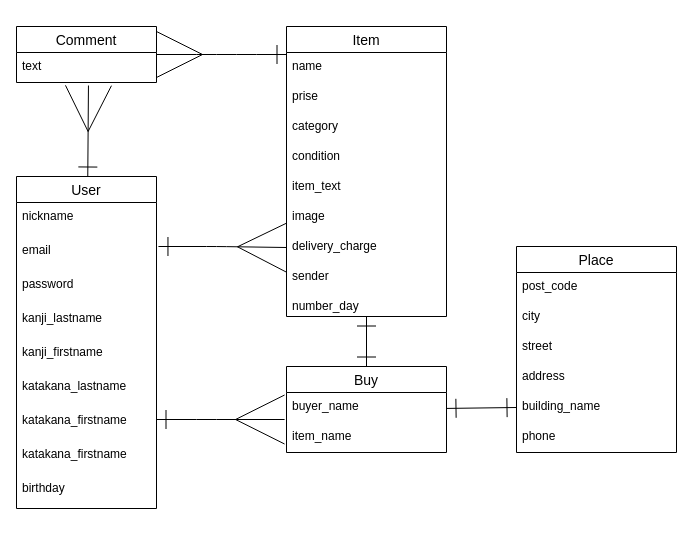
Above: data.dio in shimitar/furima-38471 (draw.io), before the change. Source tidied: cells renumbered, new cells numbered last; positions are measured from the earlier drawing's top-left corner, leaving out a move shared by most shapes. Both pictures are drawn from the tidied source at 100%, with x=0, y=0 at pixel (16, 26).
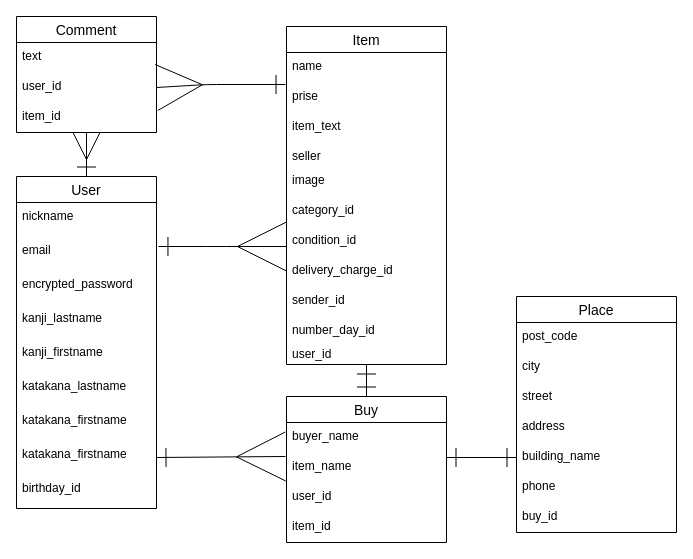
The same diagram, later.

Unchanged cells that the change refers to:
```xml
<mxCell id="3" value="User" style="swimlane;fontStyle=0;horizontal=1;startSize=26;align=center;fontSize=14;" parent="1" vertex="1">
  <mxGeometry y="150" width="140" height="332" as="geometry" />
</mxCell>
<mxCell id="5" value="email" style="text;strokeColor=none;fillColor=none;spacingLeft=4;spacingRight=4;overflow=hidden;points=[[0,0.5],[1,0.5]];portConstraint=eastwest;fontSize=12;" parent="3" vertex="1">
  <mxGeometry y="60" width="140" height="34" as="geometry" />
</mxCell>
<mxCell id="11" value="katakana_firstname" style="text;strokeColor=none;fillColor=none;spacingLeft=4;spacingRight=4;overflow=hidden;points=[[0,0.5],[1,0.5]];portConstraint=eastwest;fontSize=12;" parent="3" vertex="1">
  <mxGeometry y="264" width="140" height="34" as="geometry" />
</mxCell>
<mxCell id="16" value="name" style="text;strokeColor=none;fillColor=none;spacingLeft=4;spacingRight=4;overflow=hidden;points=[[0,0.5],[1,0.5]];portConstraint=eastwest;fontSize=12;" parent="15" vertex="1">
  <mxGeometry y="26" width="160" height="30" as="geometry" />
</mxCell>
<mxCell id="17" value="prise" style="text;strokeColor=none;fillColor=none;spacingLeft=4;spacingRight=4;overflow=hidden;points=[[0,0.5],[1,0.5]];portConstraint=eastwest;fontSize=12;" parent="15" vertex="1">
  <mxGeometry y="56" width="160" height="30" as="geometry" />
</mxCell>
<mxCell id="27" value="buyer_name" style="text;strokeColor=none;fillColor=none;spacingLeft=4;spacingRight=4;overflow=hidden;points=[[0,0.5],[1,0.5]];portConstraint=eastwest;fontSize=12;" parent="26" vertex="1">
  <mxGeometry y="26" width="160" height="30" as="geometry" />
</mxCell>
<mxCell id="34" value="building_name" style="text;strokeColor=none;fillColor=none;spacingLeft=4;spacingRight=4;overflow=hidden;points=[[0,0.5],[1,0.5]];portConstraint=eastwest;fontSize=12;" parent="29" vertex="1">
  <mxGeometry y="146" width="160" height="30" as="geometry" />
</mxCell>
```

Diff of the diagram source:
```diff
@@
-    <mxCell id="2" style="edgeStyle=none;html=1;entryX=0.514;entryY=1.1;entryDx=0;entryDy=0;entryPerimeter=0;startArrow=ERone;startFill=0;endArrow=ERmany;endFill=0;startSize=17;endSize=44;strokeColor=default;" parent="1" edge="1" source="3" target="38">
+    <mxCell id="2" style="edgeStyle=none;html=1;startArrow=ERone;startFill=0;endArrow=ERmany;endFill=0;startSize=17;endSize=25;strokeColor=default;" parent="1" edge="1" source="3" target="38">
       <mxGeometry relative="1" as="geometry" />
     </mxCell>
@@
-    <mxCell id="6" value="password" style="text;strokeColor=none;fillColor=none;spacingLeft=4;spacingRight=4;overflow=hidden;fontSize=12;" parent="3" vertex="1">
+    <mxCell id="6" value="encrypted_password" style="text;strokeColor=none;fillColor=none;spacingLeft=4;spacingRight=4;overflow=hidden;fontSize=12;" parent="3" vertex="1">
       <mxGeometry y="94" width="140" height="34" as="geometry" />
     </mxCell>
@@
-    <mxCell id="12" value="birthday" style="text;strokeColor=none;fillColor=none;spacingLeft=4;spacingRight=4;overflow=hidden;fontSize=12;" parent="3" vertex="1">
+    <mxCell id="12" value="birthday_id" style="text;strokeColor=none;fillColor=none;spacingLeft=4;spacingRight=4;overflow=hidden;fontSize=12;" parent="3" vertex="1">
       <mxGeometry y="298" width="140" height="34" as="geometry" />
     </mxCell>
-    <mxCell id="13" style="edgeStyle=none;html=1;entryX=1;entryY=0.5;entryDx=0;entryDy=0;startArrow=ERone;startFill=0;endArrow=ERmany;endFill=0;startSize=17;endSize=44;strokeColor=default;exitX=0;exitY=0.067;exitDx=0;exitDy=0;exitPerimeter=0;" parent="1" edge="1" source="16" target="37">
+    <mxCell id="13" style="edgeStyle=none;html=1;entryX=1;entryY=0.5;entryDx=0;entryDy=0;startArrow=ERone;startFill=0;endArrow=ERmany;endFill=0;startSize=17;endSize=44;strokeColor=default;exitX=-0.006;exitY=0.067;exitDx=0;exitDy=0;exitPerimeter=0;" parent="1" edge="1" source="17" target="46">
       <mxGeometry relative="1" as="geometry">
         <Array as="points">
-          <mxPoint x="230" y="28" />
-          <mxPoint x="190" y="28" />
+          <mxPoint x="190" y="58" />
         </Array>
       </mxGeometry>
     </mxCell>
@@
     <mxCell id="15" value="Item" style="swimlane;fontStyle=0;horizontal=1;startSize=26;align=center;fontSize=14;" parent="1" vertex="1">
-      <mxGeometry x="270" width="160" height="290" as="geometry" />
+      <mxGeometry x="270" width="160" height="338" as="geometry" />
     </mxCell>
@@
+    <mxCell id="20" value="item_text" style="text;strokeColor=none;fillColor=none;spacingLeft=4;spacingRight=4;overflow=hidden;fontSize=12;" parent="15" vertex="1">
+      <mxGeometry y="86" width="160" height="30" as="geometry" />
+    </mxCell>
+    <mxCell id="24" value="seller" style="text;strokeColor=none;fillColor=none;spacingLeft=4;spacingRight=4;overflow=hidden;fontSize=12;" parent="15" vertex="1">
+      <mxGeometry y="116" width="160" height="24" as="geometry" />
+    </mxCell>
+    <mxCell id="21" value="image" style="text;strokeColor=none;fillColor=none;spacingLeft=4;spacingRight=4;overflow=hidden;fontSize=12;" parent="15" vertex="1">
+      <mxGeometry y="140" width="160" height="30" as="geometry" />
+    </mxCell>
-    <mxCell id="18" value="category" style="text;strokeColor=none;fillColor=none;spacingLeft=4;spacingRight=4;overflow=hidden;fontSize=12;" parent="15" vertex="1">
-      <mxGeometry y="86" width="160" height="30" as="geometry" />
+    <mxCell id="18" value="category_id" style="text;strokeColor=none;fillColor=none;spacingLeft=4;spacingRight=4;overflow=hidden;fontSize=12;" parent="15" vertex="1">
+      <mxGeometry y="170" width="160" height="30" as="geometry" />
     </mxCell>
-    <mxCell id="19" value="condition" style="text;strokeColor=none;fillColor=none;spacingLeft=4;spacingRight=4;overflow=hidden;fontSize=12;" parent="15" vertex="1">
-      <mxGeometry y="116" width="160" height="30" as="geometry" />
+    <mxCell id="19" value="condition_id" style="text;strokeColor=none;fillColor=none;spacingLeft=4;spacingRight=4;overflow=hidden;fontSize=12;" parent="15" vertex="1">
+      <mxGeometry y="200" width="160" height="30" as="geometry" />
     </mxCell>
-    <mxCell id="20" value="item_text" style="text;strokeColor=none;fillColor=none;spacingLeft=4;spacingRight=4;overflow=hidden;fontSize=12;" parent="15" vertex="1">
-      <mxGeometry y="146" width="160" height="30" as="geometry" />
-    </mxCell>
-    <mxCell id="21" value="image" style="text;strokeColor=none;fillColor=none;spacingLeft=4;spacingRight=4;overflow=hidden;fontSize=12;" parent="15" vertex="1">
-      <mxGeometry y="176" width="160" height="30" as="geometry" />
-    </mxCell>
-    <mxCell id="22" value="delivery_charge" style="text;strokeColor=none;fillColor=none;spacingLeft=4;spacingRight=4;overflow=hidden;points=[[0,0.5],[1,0.5]];portConstraint=eastwest;fontSize=12;" parent="15" vertex="1">
-      <mxGeometry y="206" width="160" height="30" as="geometry" />
+    <mxCell id="22" value="delivery_charge_id" style="text;strokeColor=none;fillColor=none;spacingLeft=4;spacingRight=4;overflow=hidden;points=[[0,0.5],[1,0.5]];portConstraint=eastwest;fontSize=12;" parent="15" vertex="1">
+      <mxGeometry y="230" width="160" height="30" as="geometry" />
     </mxCell>
-    <mxCell id="23" value="sender" style="text;strokeColor=none;fillColor=none;spacingLeft=4;spacingRight=4;overflow=hidden;fontSize=12;" parent="15" vertex="1">
-      <mxGeometry y="236" width="160" height="30" as="geometry" />
+    <mxCell id="23" value="sender_id" style="text;strokeColor=none;fillColor=none;spacingLeft=4;spacingRight=4;overflow=hidden;fontSize=12;" parent="15" vertex="1">
+      <mxGeometry y="260" width="160" height="30" as="geometry" />
     </mxCell>
-    <mxCell id="24" value="number_day" style="text;strokeColor=none;fillColor=none;spacingLeft=4;spacingRight=4;overflow=hidden;fontSize=12;" parent="15" vertex="1">
-      <mxGeometry y="266" width="160" height="24" as="geometry" />
-    </mxCell>
+    <mxCell id="40" value="number_day_id" style="text;strokeColor=none;fillColor=none;spacingLeft=4;spacingRight=4;overflow=hidden;fontSize=12;" parent="15" vertex="1">
+      <mxGeometry y="290" width="160" height="24" as="geometry" />
+    </mxCell>
+    <mxCell id="41" value="user_id" style="text;strokeColor=none;fillColor=none;spacingLeft=4;spacingRight=4;overflow=hidden;fontSize=12;" parent="15" vertex="1">
+      <mxGeometry y="314" width="160" height="24" as="geometry" />
+    </mxCell>
-    <mxCell id="25" style="edgeStyle=none;html=1;entryX=0;entryY=0.5;entryDx=0;entryDy=0;startArrow=ERone;startFill=0;endArrow=ERone;endFill=0;startSize=17;endSize=17;strokeColor=default;" parent="1" edge="1" source="26" target="34">
-      <mxGeometry relative="1" as="geometry" />
+    <mxCell id="25" style="edgeStyle=none;html=1;entryX=0;entryY=0.5;entryDx=0;entryDy=0;startArrow=ERone;startFill=0;endArrow=ERone;endFill=0;startSize=17;endSize=17;strokeColor=default;" parent="1" edge="1" target="34">
+      <mxGeometry relative="1" as="geometry">
+        <mxPoint x="430" y="431" as="sourcePoint" />
+      </mxGeometry>
     </mxCell>
     <mxCell id="26" value="Buy" style="swimlane;fontStyle=0;horizontal=1;startSize=26;align=center;fontSize=14;" parent="1" vertex="1">
-      <mxGeometry x="270" y="340" width="160" height="86" as="geometry" />
+      <mxGeometry x="270" y="370" width="160" height="146" as="geometry" />
     </mxCell>
@@
+    <mxCell id="42" value="item_name" style="text;strokeColor=none;fillColor=none;spacingLeft=4;spacingRight=4;overflow=hidden;fontSize=12;" parent="26" vertex="1">
+      <mxGeometry y="56" width="160" height="30" as="geometry" />
+    </mxCell>
+    <mxCell id="43" value="user_id" style="text;strokeColor=none;fillColor=none;spacingLeft=4;spacingRight=4;overflow=hidden;fontSize=12;" parent="26" vertex="1">
+      <mxGeometry y="86" width="160" height="30" as="geometry" />
+    </mxCell>
-    <mxCell id="28" value="item_name" style="text;strokeColor=none;fillColor=none;spacingLeft=4;spacingRight=4;overflow=hidden;points=[[0,0.5],[1,0.5]];portConstraint=eastwest;fontSize=12;" parent="26" vertex="1">
-      <mxGeometry y="56" width="160" height="30" as="geometry" />
+    <mxCell id="28" value="item_id" style="text;strokeColor=none;fillColor=none;spacingLeft=4;spacingRight=4;overflow=hidden;points=[[0,0.5],[1,0.5]];portConstraint=eastwest;fontSize=12;" parent="26" vertex="1">
+      <mxGeometry y="116" width="160" height="30" as="geometry" />
     </mxCell>
     <mxCell id="29" value="Place" style="swimlane;fontStyle=0;horizontal=1;startSize=26;align=center;fontSize=14;" parent="1" vertex="1">
-      <mxGeometry x="500" y="220" width="160" height="206" as="geometry" />
+      <mxGeometry x="500" y="270" width="160" height="236" as="geometry" />
     </mxCell>
@@
+    <mxCell id="44" value="phone" style="text;strokeColor=none;fillColor=none;spacingLeft=4;spacingRight=4;overflow=hidden;fontSize=12;" parent="29" vertex="1">
+      <mxGeometry y="176" width="160" height="30" as="geometry" />
+    </mxCell>
-    <mxCell id="35" value="phone" style="text;strokeColor=none;fillColor=none;spacingLeft=4;spacingRight=4;overflow=hidden;fontSize=12;" parent="29" vertex="1">
-      <mxGeometry y="176" width="160" height="30" as="geometry" />
+    <mxCell id="35" value="buy_id" style="text;strokeColor=none;fillColor=none;spacingLeft=4;spacingRight=4;overflow=hidden;fontSize=12;" parent="29" vertex="1">
+      <mxGeometry y="206" width="160" height="30" as="geometry" />
     </mxCell>
-    <mxCell id="36" style="edgeStyle=none;html=1;entryX=0;entryY=0.5;entryDx=0;entryDy=0;strokeColor=default;endArrow=ERmany;endFill=0;endSize=47;startArrow=ERone;startFill=0;startSize=17;exitX=1.014;exitY=0.294;exitDx=0;exitDy=0;exitPerimeter=0;" parent="1" edge="1" source="5" target="22">
+    <mxCell id="36" style="edgeStyle=none;html=1;strokeColor=default;endArrow=ERmany;endFill=0;endSize=47;startArrow=ERone;startFill=0;startSize=17;exitX=1.014;exitY=0.294;exitDx=0;exitDy=0;exitPerimeter=0;" parent="1" edge="1" source="5">
       <mxGeometry relative="1" as="geometry">
+        <mxPoint x="270" y="220" as="targetPoint" />
         <Array as="points">
           <mxPoint x="200" y="220" />
         </Array>
       </mxGeometry>
     </mxCell>
     <mxCell id="37" value="Comment" style="swimlane;fontStyle=0;horizontal=1;startSize=26;align=center;fontSize=14;" parent="1" vertex="1">
-      <mxGeometry width="140" height="56" as="geometry" />
+      <mxGeometry y="-10" width="140" height="116" as="geometry" />
     </mxCell>
+    <mxCell id="45" value="text" style="text;strokeColor=none;fillColor=none;spacingLeft=4;spacingRight=4;overflow=hidden;fontSize=12;" parent="37" vertex="1">
+      <mxGeometry y="26" width="140" height="30" as="geometry" />
+    </mxCell>
+    <mxCell id="46" value="user_id" style="text;strokeColor=none;fillColor=none;spacingLeft=4;spacingRight=4;overflow=hidden;points=[[0,0.5],[1,0.5]];portConstraint=eastwest;fontSize=12;" parent="37" vertex="1">
+      <mxGeometry y="56" width="140" height="30" as="geometry" />
+    </mxCell>
-    <mxCell id="38" value="text" style="text;strokeColor=none;fillColor=none;spacingLeft=4;spacingRight=4;overflow=hidden;points=[[0,0.5],[1,0.5]];portConstraint=eastwest;fontSize=12;" parent="37" vertex="1">
-      <mxGeometry y="26" width="140" height="30" as="geometry" />
+    <mxCell id="38" value="item_id" style="text;strokeColor=none;fillColor=none;spacingLeft=4;spacingRight=4;overflow=hidden;points=[[0,0.5],[1,0.5]];portConstraint=eastwest;fontSize=12;" parent="37" vertex="1">
+      <mxGeometry y="86" width="140" height="30" as="geometry" />
     </mxCell>
-    <mxCell id="39" style="edgeStyle=none;html=1;startArrow=ERone;startFill=0;endArrow=ERmany;endFill=0;startSize=17;endSize=47;strokeColor=default;entryX=-0.012;entryY=-0.1;entryDx=0;entryDy=0;entryPerimeter=0;" parent="1" edge="1" target="28">
-      <mxGeometry relative="1" as="geometry">
-        <mxPoint x="140" y="393" as="sourcePoint" />
-        <Array as="points">
-          <mxPoint x="190" y="393" />
-        </Array>
-      </mxGeometry>
+    <mxCell id="39" style="edgeStyle=none;html=1;startArrow=ERone;startFill=0;endArrow=ERmany;endFill=0;startSize=17;endSize=47;strokeColor=default;exitX=1;exitY=0.5;exitDx=0;exitDy=0;entryX=-0.006;entryY=1.133;entryDx=0;entryDy=0;entryPerimeter=0;" parent="1" edge="1" source="11" target="27">
+      <mxGeometry relative="1" as="geometry" />
     </mxCell>
```
